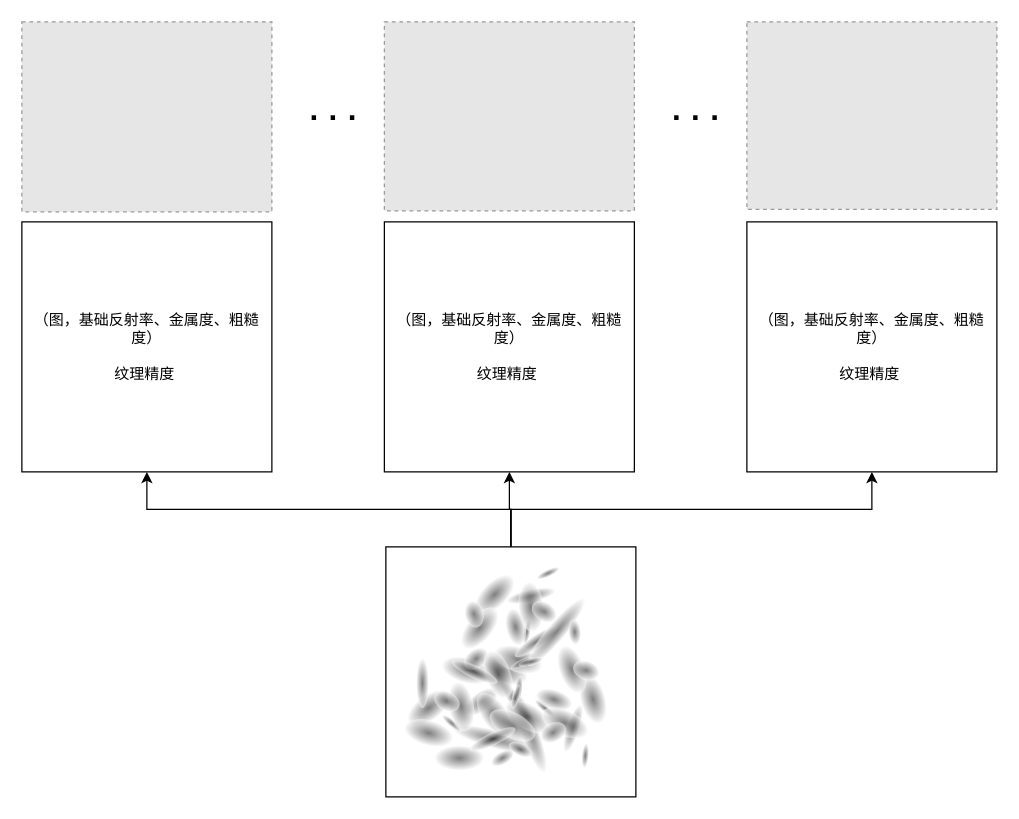
Earlier version of the draw.io diagram mid-term/预训练环境纹理与渐进式训练.drawio (thEu-suisei/draw_io). Source tidied: cells renumbered, new cells numbered last; positions are measured from the earlier drawing's top-left corner, leaving out a move shared by most shapes. Both pictures are drawn from the tidied source at 125%, with x=0, y=0 at pixel (21, 21). Pictures stored in the file or linked from it are replaced by grey dashed boxes.
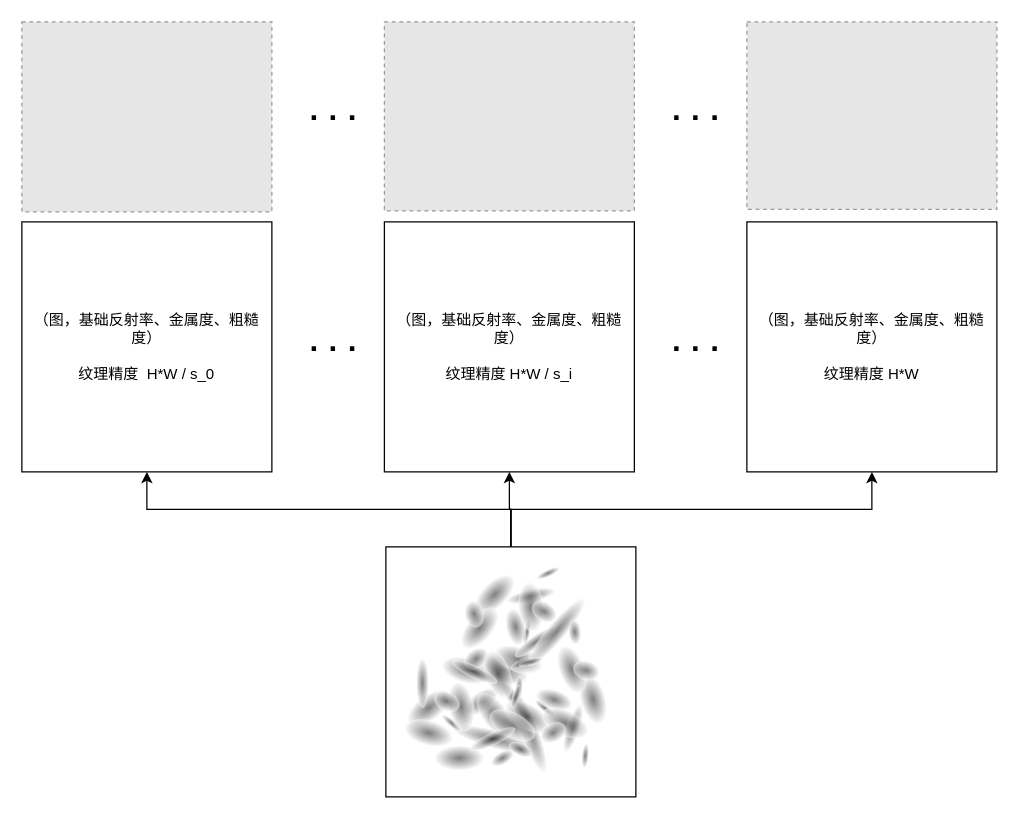
After the change.

Commit message (it also covers changes not shown here):
更新预训练环境纹理与渐进式训练.drawio

The edit, as a diff of the source:
```diff
@@
-    <mxCell id="59" value="（图，基础反射率、金属度、粗糙度）&lt;div&gt;&lt;br&gt;&lt;/div&gt;&lt;div&gt;纹理精度&amp;nbsp;&lt;/div&gt;" style="whiteSpace=wrap;html=1;" parent="1" vertex="1">
+    <mxCell id="59" value="（图，基础反射率、金属度、粗糙度）&lt;div&gt;&lt;br&gt;&lt;/div&gt;&lt;div&gt;纹理精度&amp;nbsp;&lt;span style=&quot;background-color: transparent; color: light-dark(rgb(0, 0, 0), rgb(255, 255, 255));&quot;&gt;&amp;nbsp;H*W / s_0&lt;/span&gt;&lt;/div&gt;" style="whiteSpace=wrap;html=1;" parent="1" vertex="1">
       <mxGeometry y="160" width="200" height="200" as="geometry" />
     </mxCell>
-    <mxCell id="60" value="（图，基础反射率、金属度、粗糙度）&lt;div&gt;&lt;br&gt;&lt;/div&gt;&lt;div&gt;纹理精度&amp;nbsp;&lt;/div&gt;" style="whiteSpace=wrap;html=1;" parent="1" vertex="1">
+    <mxCell id="60" value="（图，基础反射率、金属度、粗糙度）&lt;div&gt;&lt;br&gt;&lt;/div&gt;&lt;div&gt;纹理精度&lt;span style=&quot;background-color: transparent; color: light-dark(rgb(0, 0, 0), rgb(255, 255, 255));&quot;&gt;&amp;nbsp;H*W / s_i&lt;/span&gt;&lt;/div&gt;" style="whiteSpace=wrap;html=1;" parent="1" vertex="1">
       <mxGeometry x="290" y="160" width="200" height="200" as="geometry" />
     </mxCell>
-    <mxCell id="61" value="（图，基础反射率、金属度、粗糙度）&lt;div&gt;&lt;br&gt;&lt;/div&gt;&lt;div&gt;纹理精度&amp;nbsp;&lt;/div&gt;" style="whiteSpace=wrap;html=1;" parent="1" vertex="1">
+    <mxCell id="61" value="（图，基础反射率、金属度、粗糙度）&lt;div&gt;&lt;br&gt;&lt;/div&gt;&lt;div&gt;纹理精度 H*W&lt;/div&gt;" style="whiteSpace=wrap;html=1;" parent="1" vertex="1">
       <mxGeometry x="580" y="160" width="200" height="200" as="geometry" />
     </mxCell>
+    <mxCell id="62" value="&lt;b&gt;&lt;font style=&quot;font-size: 25px;&quot;&gt;·&amp;nbsp;&lt;/font&gt;&lt;/b&gt;&lt;b&gt;&lt;font style=&quot;font-size: 25px;&quot;&gt;·&amp;nbsp;&lt;/font&gt;&lt;/b&gt;&lt;b&gt;&lt;font style=&quot;font-size: 25px;&quot;&gt;·&lt;/font&gt;&lt;/b&gt;" style="text;html=1;align=center;verticalAlign=middle;whiteSpace=wrap;rounded=0;" parent="1" vertex="1">
+      <mxGeometry x="220" y="245" width="60" height="30" as="geometry" />
+    </mxCell>
+    <mxCell id="63" value="&lt;b&gt;&lt;font style=&quot;font-size: 25px;&quot;&gt;·&amp;nbsp;&lt;/font&gt;&lt;/b&gt;&lt;b&gt;&lt;font style=&quot;font-size: 25px;&quot;&gt;·&amp;nbsp;&lt;/font&gt;&lt;/b&gt;&lt;b&gt;&lt;font style=&quot;font-size: 25px;&quot;&gt;·&lt;/font&gt;&lt;/b&gt;" style="text;html=1;align=center;verticalAlign=middle;whiteSpace=wrap;rounded=0;" parent="1" vertex="1">
+      <mxGeometry x="510" y="245" width="60" height="30" as="geometry" />
+    </mxCell>
```
